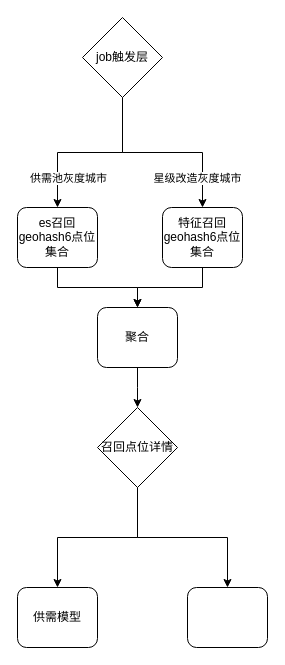
Above: 星级改造生成侧链路.drawio in jackie-coming/draw (draw.io), before the change. Source tidied: cells renumbered, new cells numbered last; positions are measured from the earlier drawing's top-left corner, leaving out a move shared by most shapes. Both pictures are drawn from the tidied source at 100%, with x=0, y=0 at pixel (17, 17).
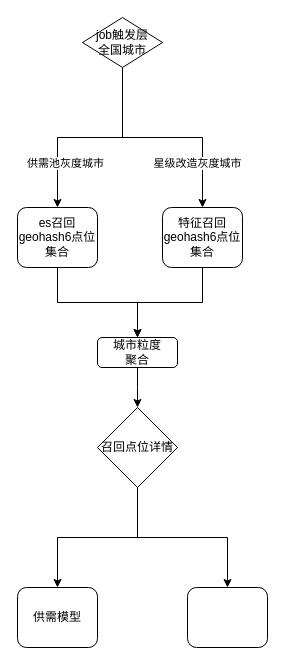
Above is the later version.

Commit message (it also covers changes not shown here):
Update 星级改造生成侧链路.drawio

Unchanged cells that the change refers to:
```xml
<mxCell id="12" value="特征召回geohash6点位集合" style="rounded=1;whiteSpace=wrap;html=1;" parent="1" vertex="1">
  <mxGeometry x="145" y="190" width="80" height="60" as="geometry" />
</mxCell>
```

Change to the diagram source:
```diff
@@
-    <mxCell id="3" value="聚合" style="rounded=1;whiteSpace=wrap;html=1;" parent="1" vertex="1">
-      <mxGeometry x="80" y="290" width="80" height="60" as="geometry" />
+    <mxCell id="3" value="城市粒度&lt;div&gt;聚合&lt;/div&gt;" style="rounded=1;whiteSpace=wrap;html=1;" parent="1" vertex="1">
+      <mxGeometry x="80" y="320" width="80" height="30" as="geometry" />
     </mxCell>
@@
     <mxCell id="6" style="edgeStyle=orthogonalEdgeStyle;rounded=0;jettySize=auto;html=1;entryX=0.5;entryY=0;entryDx=0;entryDy=0;" parent="1" edge="1" source="8" target="12">
-      <mxGeometry relative="1" as="geometry" />
+      <mxGeometry relative="1" as="geometry">
+        <Array as="points">
+          <mxPoint x="105" y="120" />
+          <mxPoint x="185" y="120" />
+        </Array>
+      </mxGeometry>
     </mxCell>
@@
-    <mxCell id="8" value="job触发层" style="rhombus;whiteSpace=wrap;html=1;" parent="1" vertex="1">
-      <mxGeometry x="65" width="80" height="80" as="geometry" />
+    <mxCell id="8" value="job触发层&lt;div&gt;全国城市&lt;/div&gt;" style="rhombus;whiteSpace=wrap;html=1;" parent="1" vertex="1">
+      <mxGeometry x="65" width="80" height="50" as="geometry" />
     </mxCell>
```
